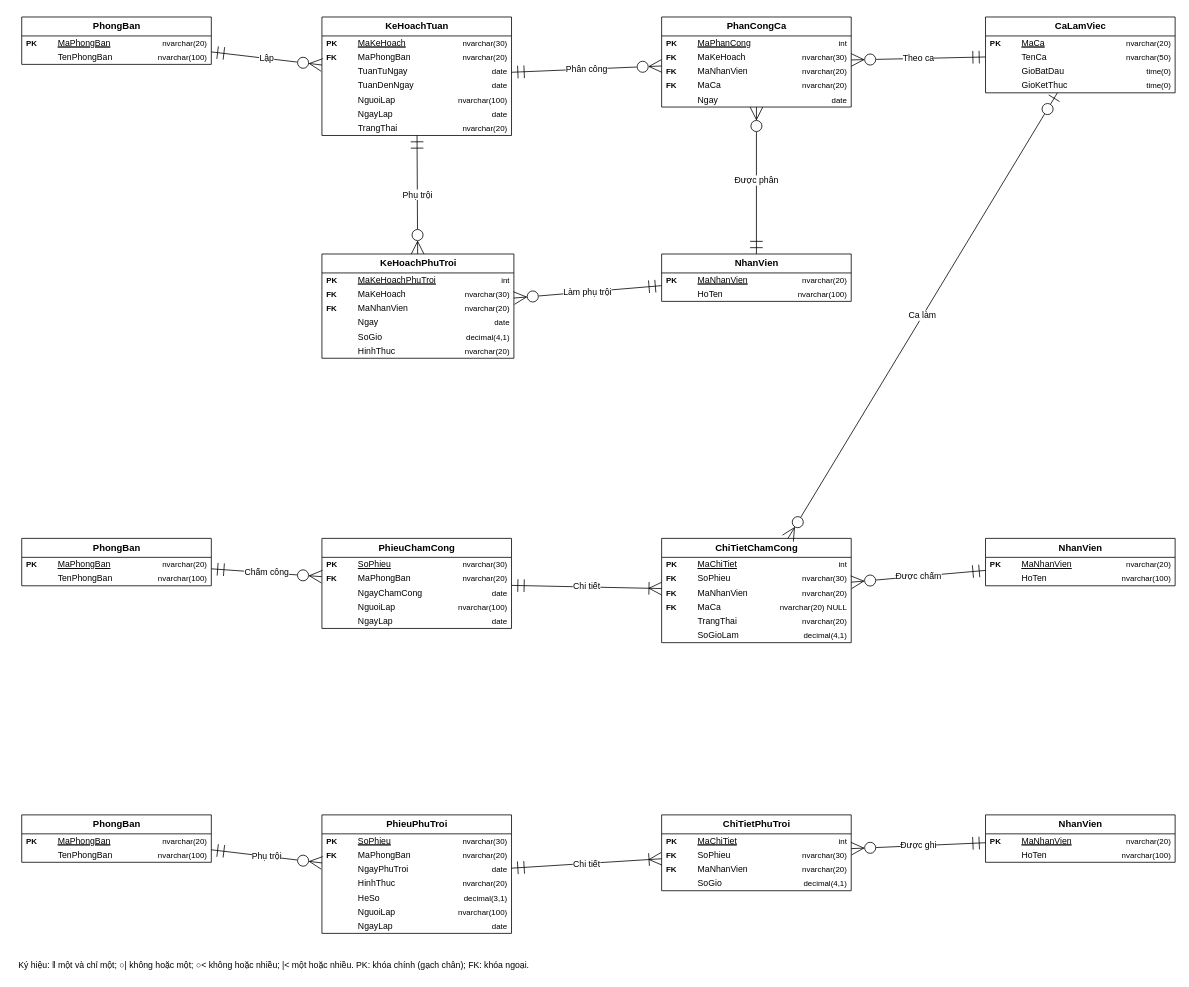
The draw.io diagram IMAGES/LAB7/21_Hinh_21_ERD_phan_2_ke_hoach_tuan_cham_cong_phu_troi.drawio in quynh26072005/LAB_OOSD, before the edit. Source tidied: cells renumbered, new cells numbered last; positions are measured from the earlier drawing's top-left corner, leaving out a move shared by most shapes. Both pictures are drawn from the tidied source at 79%, with x=0, y=0 at pixel (13, 17).
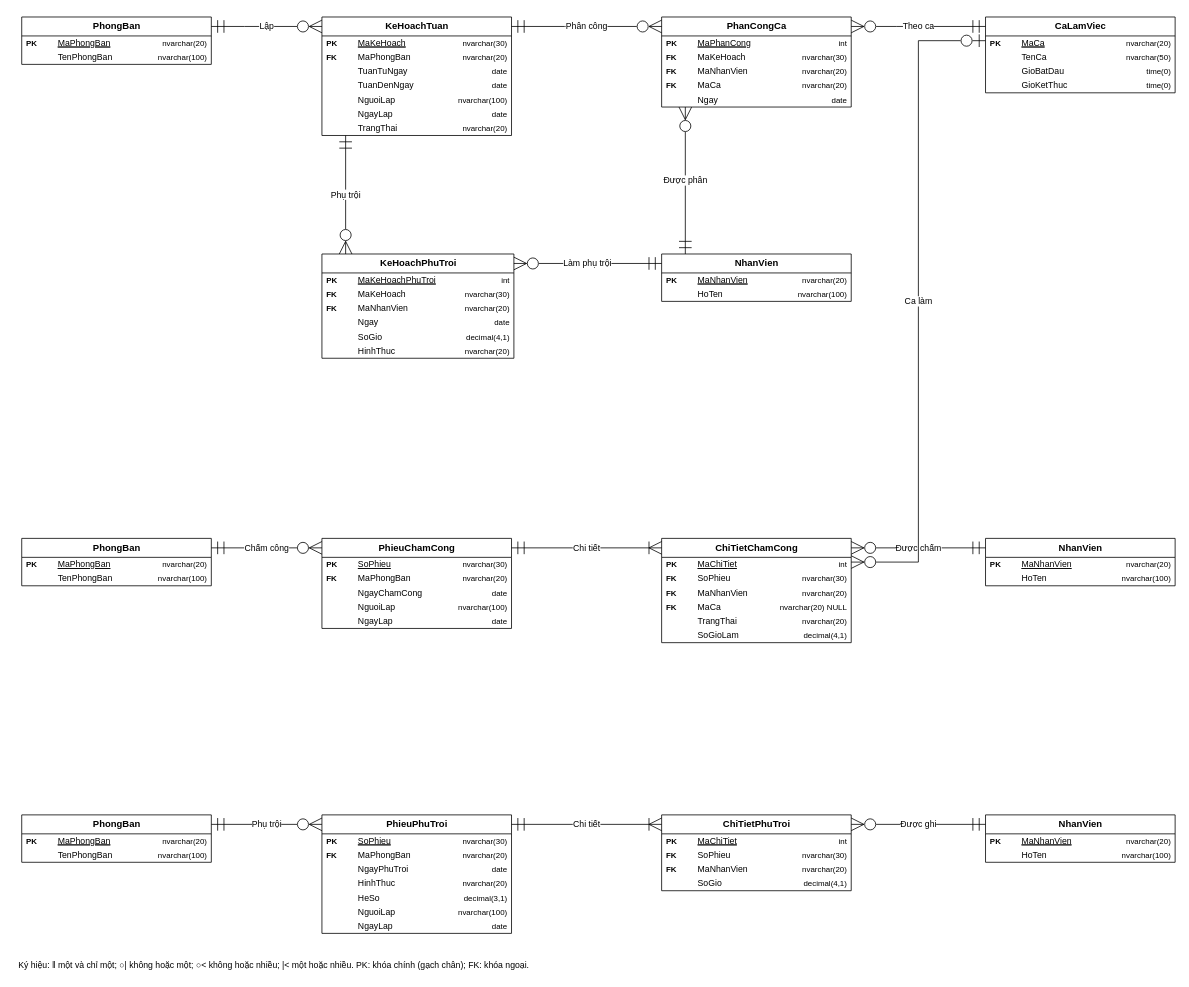
The same diagram, later.

The change refers to these unchanged cells:
```xml
<mxCell id="2" value="&lt;b&gt;PhongBan&lt;/b&gt;" style="swimlane;fontStyle=1;horizontal=1;startSize=24;html=1;strokeColor=#000000;fillColor=#FFFFFF;fontColor=#000000;fontSize=12;" parent="1" vertex="1">
  <mxGeometry x="10" width="240" height="60" as="geometry" />
</mxCell>
<mxCell id="9" value="&lt;b&gt;KeHoachTuan&lt;/b&gt;" style="swimlane;fontStyle=1;horizontal=1;startSize=24;html=1;strokeColor=#000000;fillColor=#FFFFFF;fontColor=#000000;fontSize=12;" parent="1" vertex="1">
  <mxGeometry x="390" width="240" height="150" as="geometry" />
</mxCell>
<mxCell id="31" value="&lt;b&gt;PhanCongCa&lt;/b&gt;" style="swimlane;fontStyle=1;horizontal=1;startSize=24;html=1;strokeColor=#000000;fillColor=#FFFFFF;fontColor=#000000;fontSize=12;" parent="1" vertex="1">
  <mxGeometry x="820" width="240" height="114" as="geometry" />
</mxCell>
<mxCell id="47" value="&lt;b&gt;CaLamViec&lt;/b&gt;" style="swimlane;fontStyle=1;horizontal=1;startSize=24;html=1;strokeColor=#000000;fillColor=#FFFFFF;fontColor=#000000;fontSize=12;" parent="1" vertex="1">
  <mxGeometry x="1230" width="240" height="96" as="geometry" />
</mxCell>
<mxCell id="60" value="&lt;b&gt;KeHoachPhuTroi&lt;/b&gt;" style="swimlane;fontStyle=1;horizontal=1;startSize=24;html=1;strokeColor=#000000;fillColor=#FFFFFF;fontColor=#000000;fontSize=12;" parent="1" vertex="1">
  <mxGeometry x="390" y="300" width="243" height="132" as="geometry" />
</mxCell>
<mxCell id="79" value="&lt;b&gt;NhanVien&lt;/b&gt;" style="swimlane;fontStyle=1;horizontal=1;startSize=24;html=1;strokeColor=#000000;fillColor=#FFFFFF;fontColor=#000000;fontSize=12;" parent="1" vertex="1">
  <mxGeometry x="820" y="300" width="240" height="60" as="geometry" />
</mxCell>
<mxCell id="86" value="&lt;b&gt;PhongBan&lt;/b&gt;" style="swimlane;fontStyle=1;horizontal=1;startSize=24;html=1;strokeColor=#000000;fillColor=#FFFFFF;fontColor=#000000;fontSize=12;" parent="1" vertex="1">
  <mxGeometry x="10" y="660" width="240" height="60" as="geometry" />
</mxCell>
<mxCell id="93" value="&lt;b&gt;PhieuChamCong&lt;/b&gt;" style="swimlane;fontStyle=1;horizontal=1;startSize=24;html=1;strokeColor=#000000;fillColor=#FFFFFF;fontColor=#000000;fontSize=12;" parent="1" vertex="1">
  <mxGeometry x="390" y="660" width="240" height="114" as="geometry" />
</mxCell>
<mxCell id="109" value="&lt;b&gt;ChiTietChamCong&lt;/b&gt;" style="swimlane;fontStyle=1;horizontal=1;startSize=24;html=1;strokeColor=#000000;fillColor=#FFFFFF;fontColor=#000000;fontSize=12;" parent="1" vertex="1">
  <mxGeometry x="820" y="660" width="240" height="132" as="geometry" />
</mxCell>
<mxCell id="128" value="&lt;b&gt;NhanVien&lt;/b&gt;" style="swimlane;fontStyle=1;horizontal=1;startSize=24;html=1;strokeColor=#000000;fillColor=#FFFFFF;fontColor=#000000;fontSize=12;" parent="1" vertex="1">
  <mxGeometry x="1230" y="660" width="240" height="60" as="geometry" />
</mxCell>
<mxCell id="135" value="&lt;b&gt;PhongBan&lt;/b&gt;" style="swimlane;fontStyle=1;horizontal=1;startSize=24;html=1;strokeColor=#000000;fillColor=#FFFFFF;fontColor=#000000;fontSize=12;" parent="1" vertex="1">
  <mxGeometry x="10" y="1010" width="240" height="60" as="geometry" />
</mxCell>
<mxCell id="142" value="&lt;b&gt;PhieuPhuTroi&lt;/b&gt;" style="swimlane;fontStyle=1;horizontal=1;startSize=24;html=1;strokeColor=#000000;fillColor=#FFFFFF;fontColor=#000000;fontSize=12;" parent="1" vertex="1">
  <mxGeometry x="390" y="1010" width="240" height="150" as="geometry" />
</mxCell>
<mxCell id="164" value="&lt;b&gt;ChiTietPhuTroi&lt;/b&gt;" style="swimlane;fontStyle=1;horizontal=1;startSize=24;html=1;strokeColor=#000000;fillColor=#FFFFFF;fontColor=#000000;fontSize=12;" parent="1" vertex="1">
  <mxGeometry x="820" y="1010" width="240" height="96" as="geometry" />
</mxCell>
<mxCell id="177" value="&lt;b&gt;NhanVien&lt;/b&gt;" style="swimlane;fontStyle=1;horizontal=1;startSize=24;html=1;strokeColor=#000000;fillColor=#FFFFFF;fontColor=#000000;fontSize=12;" parent="1" vertex="1">
  <mxGeometry x="1230" y="1010" width="240" height="60" as="geometry" />
</mxCell>
```

Change to the diagram source:
```diff
@@
-    <mxCell id="184" value="Lập" style="html=1;rounded=0;strokeColor=#000000;fontColor=#000000;fontSize=11;endArrow=ERzeroToMany;endFill=0;endSize=14;startArrow=ERmandOne;startFill=0;startSize=14;labelBackgroundColor=#FFFFFF;" parent="1" edge="1" source="2" target="9">
-      <mxGeometry relative="1" as="geometry" />
+    <mxCell id="184" value="Lập" style="html=1;rounded=0;strokeColor=#000000;fontColor=#000000;fontSize=11;endArrow=ERzeroToMany;endFill=0;endSize=14;startArrow=ERmandOne;startFill=0;startSize=14;labelBackgroundColor=#FFFFFF;exitX=1.0000;exitY=0.2000;exitDx=0;exitDy=0;entryX=0.0000;entryY=0.0800;entryDx=0;entryDy=0;" parent="1" edge="1" source="2" target="9">
+      <mxGeometry relative="1" as="geometry">
+        <Array as="points">
+          <mxPoint x="292" y="12" />
+          <mxPoint x="292" y="12" />
+        </Array>
+      </mxGeometry>
     </mxCell>
-    <mxCell id="185" value="Phân công" style="html=1;rounded=0;strokeColor=#000000;fontColor=#000000;fontSize=11;endArrow=ERzeroToMany;endFill=0;endSize=14;startArrow=ERmandOne;startFill=0;startSize=14;labelBackgroundColor=#FFFFFF;" parent="1" edge="1" source="9" target="31">
-      <mxGeometry relative="1" as="geometry" />
+    <mxCell id="185" value="Phân công" style="html=1;rounded=0;strokeColor=#000000;fontColor=#000000;fontSize=11;endArrow=ERzeroToMany;endFill=0;endSize=14;startArrow=ERmandOne;startFill=0;startSize=14;labelBackgroundColor=#FFFFFF;exitX=1.0000;exitY=0.0800;exitDx=0;exitDy=0;entryX=0.0000;entryY=0.1053;entryDx=0;entryDy=0;" parent="1" edge="1" source="9" target="31">
+      <mxGeometry relative="1" as="geometry">
+        <Array as="points">
+          <mxPoint x="697" y="12" />
+          <mxPoint x="697" y="12" />
+        </Array>
+      </mxGeometry>
     </mxCell>
-    <mxCell id="186" value="Theo ca" style="html=1;rounded=0;strokeColor=#000000;fontColor=#000000;fontSize=11;endArrow=ERzeroToMany;endFill=0;endSize=14;startArrow=ERmandOne;startFill=0;startSize=14;labelBackgroundColor=#FFFFFF;" parent="1" edge="1" source="47" target="31">
-      <mxGeometry relative="1" as="geometry" />
+    <mxCell id="186" value="Theo ca" style="html=1;rounded=0;strokeColor=#000000;fontColor=#000000;fontSize=11;endArrow=ERzeroToMany;endFill=0;endSize=14;startArrow=ERmandOne;startFill=0;startSize=14;labelBackgroundColor=#FFFFFF;exitX=0.0000;exitY=0.1250;exitDx=0;exitDy=0;entryX=1.0000;entryY=0.1053;entryDx=0;entryDy=0;" parent="1" edge="1" source="47" target="31">
+      <mxGeometry relative="1" as="geometry">
+        <Array as="points">
+          <mxPoint x="1117" y="12" />
+          <mxPoint x="1117" y="12" />
+        </Array>
+      </mxGeometry>
     </mxCell>
-    <mxCell id="187" value="Được phân" style="html=1;rounded=0;strokeColor=#000000;fontColor=#000000;fontSize=11;endArrow=ERzeroToMany;endFill=0;endSize=14;startArrow=ERmandOne;startFill=0;startSize=14;labelBackgroundColor=#FFFFFF;" parent="1" edge="1" source="79" target="31">
+    <mxCell id="187" value="Được phân" style="html=1;rounded=0;strokeColor=#000000;fontColor=#000000;fontSize=11;endArrow=ERzeroToMany;endFill=0;endSize=14;startArrow=ERmandOne;startFill=0;startSize=14;labelBackgroundColor=#FFFFFF;exitX=0.1250;exitY=0.0000;exitDx=0;exitDy=0;entryX=0.1250;entryY=1.0000;entryDx=0;entryDy=0;" parent="1" edge="1" source="79" target="31">
       <mxGeometry relative="1" as="geometry" />
     </mxCell>
-    <mxCell id="188" value="Phụ trội" style="html=1;rounded=0;strokeColor=#000000;fontColor=#000000;fontSize=11;endArrow=ERzeroToMany;endFill=0;endSize=14;startArrow=ERmandOne;startFill=0;startSize=14;labelBackgroundColor=#FFFFFF;" parent="1" edge="1" source="9" target="60">
+    <mxCell id="188" value="Phụ trội" style="html=1;rounded=0;strokeColor=#000000;fontColor=#000000;fontSize=11;endArrow=ERzeroToMany;endFill=0;endSize=14;startArrow=ERmandOne;startFill=0;startSize=14;labelBackgroundColor=#FFFFFF;exitX=0.1250;exitY=1.0000;exitDx=0;exitDy=0;entryX=0.1235;entryY=0.0000;entryDx=0;entryDy=0;" parent="1" edge="1" source="9" target="60">
       <mxGeometry relative="1" as="geometry" />
     </mxCell>
-    <mxCell id="189" value="Làm phụ trội" style="html=1;rounded=0;strokeColor=#000000;fontColor=#000000;fontSize=11;endArrow=ERzeroToMany;endFill=0;endSize=14;startArrow=ERmandOne;startFill=0;startSize=14;labelBackgroundColor=#FFFFFF;" parent="1" edge="1" source="79" target="60">
-      <mxGeometry relative="1" as="geometry" />
+    <mxCell id="189" value="Làm phụ trội" style="html=1;rounded=0;strokeColor=#000000;fontColor=#000000;fontSize=11;endArrow=ERzeroToMany;endFill=0;endSize=14;startArrow=ERmandOne;startFill=0;startSize=14;labelBackgroundColor=#FFFFFF;exitX=0.0000;exitY=0.2000;exitDx=0;exitDy=0;entryX=1.0000;entryY=0.0909;entryDx=0;entryDy=0;" parent="1" edge="1" source="79" target="60">
+      <mxGeometry relative="1" as="geometry">
+        <Array as="points">
+          <mxPoint x="698.5" y="312" />
+          <mxPoint x="698.5" y="312" />
+        </Array>
+      </mxGeometry>
     </mxCell>
-    <mxCell id="190" value="Chấm công" style="html=1;rounded=0;strokeColor=#000000;fontColor=#000000;fontSize=11;endArrow=ERzeroToMany;endFill=0;endSize=14;startArrow=ERmandOne;startFill=0;startSize=14;labelBackgroundColor=#FFFFFF;" parent="1" edge="1" source="86" target="93">
-      <mxGeometry relative="1" as="geometry" />
+    <mxCell id="190" value="Chấm công" style="html=1;rounded=0;strokeColor=#000000;fontColor=#000000;fontSize=11;endArrow=ERzeroToMany;endFill=0;endSize=14;startArrow=ERmandOne;startFill=0;startSize=14;labelBackgroundColor=#FFFFFF;exitX=1.0000;exitY=0.2000;exitDx=0;exitDy=0;entryX=0.0000;entryY=0.1053;entryDx=0;entryDy=0;" parent="1" edge="1" source="86" target="93">
+      <mxGeometry relative="1" as="geometry">
+        <Array as="points">
+          <mxPoint x="306" y="672" />
+          <mxPoint x="306" y="672" />
+        </Array>
+      </mxGeometry>
     </mxCell>
-    <mxCell id="191" value="Chi tiết" style="html=1;rounded=0;strokeColor=#000000;fontColor=#000000;fontSize=11;endArrow=ERoneToMany;endFill=0;endSize=14;startArrow=ERmandOne;startFill=0;startSize=14;labelBackgroundColor=#FFFFFF;" parent="1" edge="1" source="93" target="109">
-      <mxGeometry relative="1" as="geometry" />
+    <mxCell id="191" value="Chi tiết" style="html=1;rounded=0;strokeColor=#000000;fontColor=#000000;fontSize=11;endArrow=ERoneToMany;endFill=0;endSize=14;startArrow=ERmandOne;startFill=0;startSize=14;labelBackgroundColor=#FFFFFF;exitX=1.0000;exitY=0.1053;exitDx=0;exitDy=0;entryX=0.0000;entryY=0.0909;entryDx=0;entryDy=0;" parent="1" edge="1" source="93" target="109">
+      <mxGeometry relative="1" as="geometry">
+        <Array as="points">
+          <mxPoint x="711" y="672" />
+          <mxPoint x="711" y="672" />
+        </Array>
+      </mxGeometry>
     </mxCell>
-    <mxCell id="192" value="Được chấm" style="html=1;rounded=0;strokeColor=#000000;fontColor=#000000;fontSize=11;endArrow=ERzeroToMany;endFill=0;endSize=14;startArrow=ERmandOne;startFill=0;startSize=14;labelBackgroundColor=#FFFFFF;" parent="1" edge="1" source="128" target="109">
-      <mxGeometry relative="1" as="geometry" />
+    <mxCell id="192" value="Được chấm" style="html=1;rounded=0;strokeColor=#000000;fontColor=#000000;fontSize=11;endArrow=ERzeroToMany;endFill=0;endSize=14;startArrow=ERmandOne;startFill=0;startSize=14;labelBackgroundColor=#FFFFFF;exitX=0.0000;exitY=0.2000;exitDx=0;exitDy=0;entryX=1.0000;entryY=0.0909;entryDx=0;entryDy=0;" parent="1" edge="1" source="128" target="109">
+      <mxGeometry relative="1" as="geometry">
+        <Array as="points">
+          <mxPoint x="1131" y="672" />
+          <mxPoint x="1131" y="672" />
+        </Array>
+      </mxGeometry>
     </mxCell>
-    <mxCell id="193" value="Ca làm" style="html=1;rounded=0;strokeColor=#000000;fontColor=#000000;fontSize=11;endArrow=ERzeroToMany;endFill=0;endSize=14;startArrow=ERzeroToOne;startFill=0;startSize=14;labelBackgroundColor=#FFFFFF;" parent="1" edge="1" source="47" target="109">
-      <mxGeometry relative="1" as="geometry" />
+    <mxCell id="193" value="Ca làm" style="html=1;rounded=0;strokeColor=#000000;fontColor=#000000;fontSize=11;endArrow=ERzeroToMany;endFill=0;endSize=14;startArrow=ERzeroToOne;startFill=0;startSize=14;labelBackgroundColor=#FFFFFF;exitX=0.0000;exitY=0.3125;exitDx=0;exitDy=0;entryX=1.0000;entryY=0.2273;entryDx=0;entryDy=0;" parent="1" edge="1" source="47" target="109">
+      <mxGeometry relative="1" as="geometry">
+        <Array as="points">
+          <mxPoint x="1145" y="30" />
+          <mxPoint x="1145" y="690" />
+        </Array>
+      </mxGeometry>
     </mxCell>
-    <mxCell id="194" value="Phụ trội" style="html=1;rounded=0;strokeColor=#000000;fontColor=#000000;fontSize=11;endArrow=ERzeroToMany;endFill=0;endSize=14;startArrow=ERmandOne;startFill=0;startSize=14;labelBackgroundColor=#FFFFFF;" parent="1" edge="1" source="135" target="142">
-      <mxGeometry relative="1" as="geometry" />
+    <mxCell id="194" value="Phụ trội" style="html=1;rounded=0;strokeColor=#000000;fontColor=#000000;fontSize=11;endArrow=ERzeroToMany;endFill=0;endSize=14;startArrow=ERmandOne;startFill=0;startSize=14;labelBackgroundColor=#FFFFFF;exitX=1.0000;exitY=0.2000;exitDx=0;exitDy=0;entryX=0.0000;entryY=0.0800;entryDx=0;entryDy=0;" parent="1" edge="1" source="135" target="142">
+      <mxGeometry relative="1" as="geometry">
+        <Array as="points">
+          <mxPoint x="320" y="1022" />
+          <mxPoint x="320" y="1022" />
+        </Array>
+      </mxGeometry>
     </mxCell>
-    <mxCell id="195" value="Chi tiết" style="html=1;rounded=0;strokeColor=#000000;fontColor=#000000;fontSize=11;endArrow=ERoneToMany;endFill=0;endSize=14;startArrow=ERmandOne;startFill=0;startSize=14;labelBackgroundColor=#FFFFFF;" parent="1" edge="1" source="142" target="164">
-      <mxGeometry relative="1" as="geometry" />
+    <mxCell id="195" value="Chi tiết" style="html=1;rounded=0;strokeColor=#000000;fontColor=#000000;fontSize=11;endArrow=ERoneToMany;endFill=0;endSize=14;startArrow=ERmandOne;startFill=0;startSize=14;labelBackgroundColor=#FFFFFF;exitX=1.0000;exitY=0.0800;exitDx=0;exitDy=0;entryX=0.0000;entryY=0.1250;entryDx=0;entryDy=0;" parent="1" edge="1" source="142" target="164">
+      <mxGeometry relative="1" as="geometry">
+        <Array as="points">
+          <mxPoint x="725" y="1022" />
+          <mxPoint x="725" y="1022" />
+        </Array>
+      </mxGeometry>
     </mxCell>
-    <mxCell id="196" value="Được ghi" style="html=1;rounded=0;strokeColor=#000000;fontColor=#000000;fontSize=11;endArrow=ERzeroToMany;endFill=0;endSize=14;startArrow=ERmandOne;startFill=0;startSize=14;labelBackgroundColor=#FFFFFF;" parent="1" edge="1" source="177" target="164">
-      <mxGeometry relative="1" as="geometry" />
+    <mxCell id="196" value="Được ghi" style="html=1;rounded=0;strokeColor=#000000;fontColor=#000000;fontSize=11;endArrow=ERzeroToMany;endFill=0;endSize=14;startArrow=ERmandOne;startFill=0;startSize=14;labelBackgroundColor=#FFFFFF;exitX=0.0000;exitY=0.2000;exitDx=0;exitDy=0;entryX=1.0000;entryY=0.1250;entryDx=0;entryDy=0;" parent="1" edge="1" source="177" target="164">
+      <mxGeometry relative="1" as="geometry">
+        <Array as="points">
+          <mxPoint x="1159" y="1022" />
+          <mxPoint x="1159" y="1022" />
+        </Array>
+      </mxGeometry>
     </mxCell>
```
